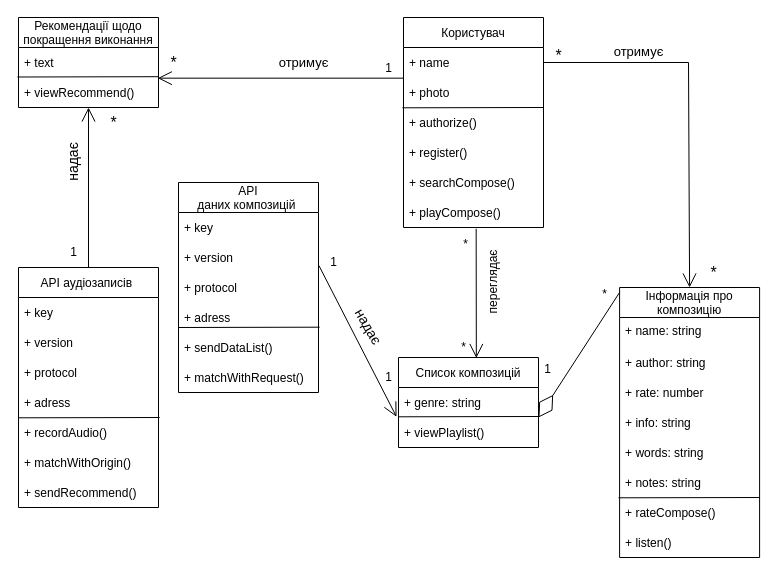
The draw.io diagram 2-SoftwareDesign/2.5-UMLProgramClasses/UMLProgrammClassDiagram.drawio in oleksandrblazhko/ai202-matnenko, before the edit. Source tidied: cells renumbered, new cells numbered last; positions are measured from the earlier drawing's top-left corner, leaving out a move shared by most shapes. Both pictures are drawn from the tidied source at 100%, with x=0, y=0 at pixel (17, 17).
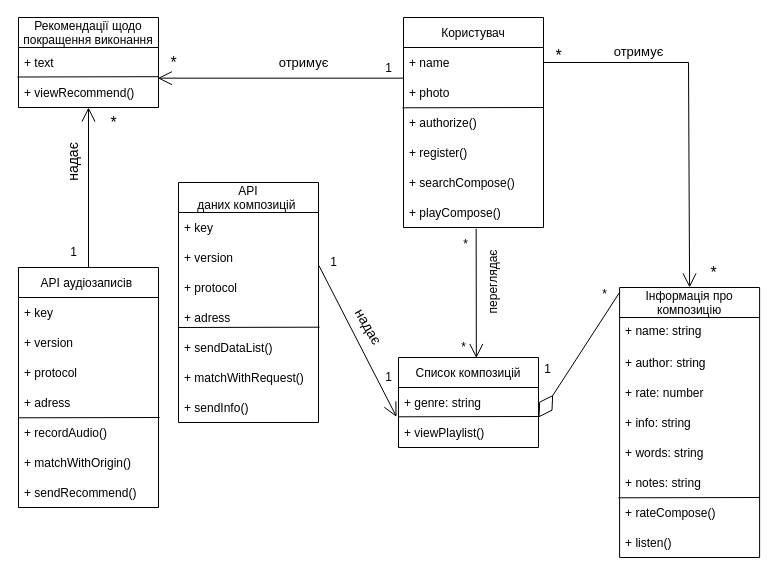
The same page after the edit.

The edit, as a diff of the source:
```diff
@@
     <mxCell id="10" value="API &#10;даних композицій " style="swimlane;fontStyle=0;horizontal=1;startSize=30;" parent="1" vertex="1">
-      <mxGeometry x="161" y="165" width="140" height="210" as="geometry" />
+      <mxGeometry x="161" y="165" width="140" height="240" as="geometry" />
     </mxCell>
@@
+    <mxCell id="68" value="+ sendInfo()" style="text;strokeColor=none;fillColor=none;align=left;verticalAlign=middle;spacingLeft=4;spacingRight=4;overflow=hidden;fontSize=12;" parent="10" vertex="1">
+      <mxGeometry y="210" width="140" height="30" as="geometry" />
+    </mxCell>
```
